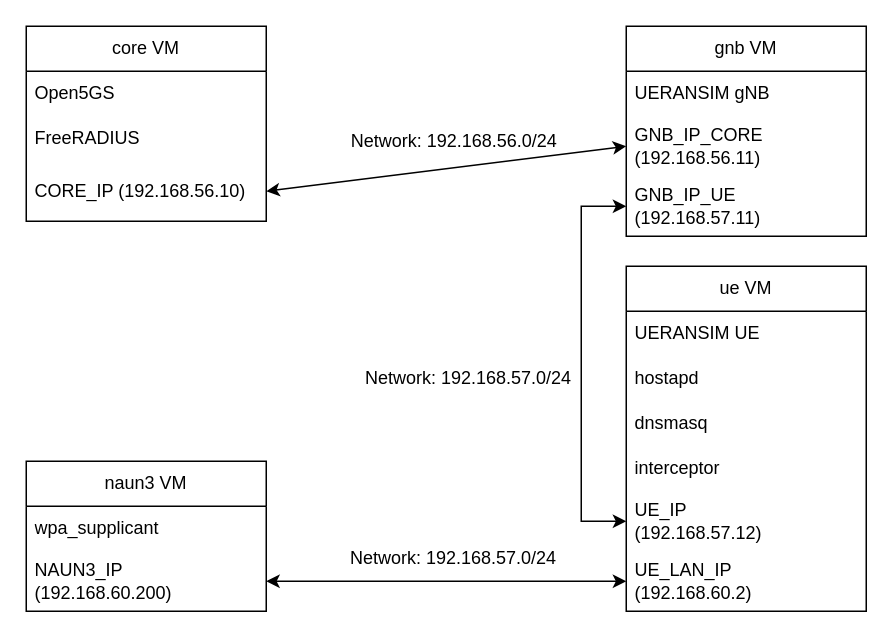
This is page "Vagrant Machine Topology" (5 of 5) of docs/5G Emulated Network/topology.drawio from davidjosearaujo/dissertation, a draw.io file, before an edit. Source tidied: cells renumbered, new cells numbered last; positions are measured from the earlier drawing's top-left corner, leaving out a move shared by most shapes. Both pictures are drawn from the tidied source at 150%, with x=0, y=0 at pixel (26, 26).
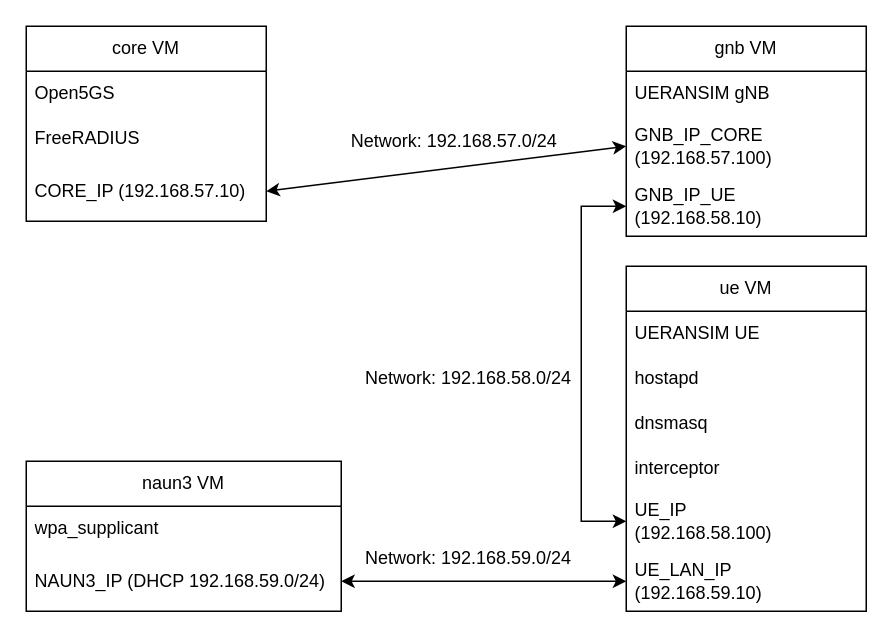
The same diagram, later.

The change refers to these unchanged cells:
```xml
<mxCell id="2" value="core VM" style="swimlane;fontStyle=0;horizontal=1;startSize=30;whiteSpace=wrap;html=1;" parent="1" vertex="1">
  <mxGeometry width="160" height="130" as="geometry" />
</mxCell>
<mxCell id="6" value="gnb VM" style="swimlane;fontStyle=0;horizontal=1;startSize=30;whiteSpace=wrap;html=1;" parent="1" vertex="1">
  <mxGeometry x="400" width="160" height="140" as="geometry" />
</mxCell>
<mxCell id="11" value="ue VM" style="swimlane;fontStyle=0;horizontal=1;startSize=30;whiteSpace=wrap;html=1;" parent="1" vertex="1">
  <mxGeometry x="400" y="160" width="160" height="230" as="geometry" />
</mxCell>
```

The edit, as a diff of the source:
```diff
@@
-    <mxCell id="5" value="CORE_IP (192.168.56.10)" style="text;strokeColor=none;fillColor=none;align=left;verticalAlign=middle;spacingLeft=4;spacingRight=4;overflow=hidden;points=[[0,0.5],[1,0.5]];portConstraint=eastwest;whiteSpace=wrap;html=1;" parent="2" vertex="1">
+    <mxCell id="5" value="CORE_IP (192.168.57.10)" style="text;strokeColor=none;fillColor=none;align=left;verticalAlign=middle;spacingLeft=4;spacingRight=4;overflow=hidden;points=[[0,0.5],[1,0.5]];portConstraint=eastwest;whiteSpace=wrap;html=1;" parent="2" vertex="1">
       <mxGeometry y="90" width="160" height="40" as="geometry" />
     </mxCell>
@@
-    <mxCell id="8" value="GNB_IP_CORE&lt;div&gt;(192.168.56.11&lt;span style=&quot;background-color: transparent; color: light-dark(rgb(0, 0, 0), rgb(255, 255, 255));&quot;&gt;)&lt;/span&gt;&lt;/div&gt;" style="text;strokeColor=none;fillColor=none;align=left;verticalAlign=middle;spacingLeft=4;spacingRight=4;overflow=hidden;points=[[0,0.5],[1,0.5]];portConstraint=eastwest;whiteSpace=wrap;html=1;" parent="6" vertex="1">
+    <mxCell id="8" value="GNB_IP_CORE&lt;div&gt;(192.168.57.100&lt;span style=&quot;background-color: transparent; color: light-dark(rgb(0, 0, 0), rgb(255, 255, 255));&quot;&gt;)&lt;/span&gt;&lt;/div&gt;" style="text;strokeColor=none;fillColor=none;align=left;verticalAlign=middle;spacingLeft=4;spacingRight=4;overflow=hidden;points=[[0,0.5],[1,0.5]];portConstraint=eastwest;whiteSpace=wrap;html=1;" parent="6" vertex="1">
       <mxGeometry y="60" width="160" height="40" as="geometry" />
     </mxCell>
-    <mxCell id="9" value="GNB_IP_UE&lt;div&gt;(192.168.57.11)&lt;/div&gt;" style="text;strokeColor=none;fillColor=none;align=left;verticalAlign=middle;spacingLeft=4;spacingRight=4;overflow=hidden;points=[[0,0.5],[1,0.5]];portConstraint=eastwest;whiteSpace=wrap;html=1;" parent="6" vertex="1">
+    <mxCell id="9" value="GNB_IP_UE&lt;div&gt;(192.168.58.10)&lt;/div&gt;" style="text;strokeColor=none;fillColor=none;align=left;verticalAlign=middle;spacingLeft=4;spacingRight=4;overflow=hidden;points=[[0,0.5],[1,0.5]];portConstraint=eastwest;whiteSpace=wrap;html=1;" parent="6" vertex="1">
       <mxGeometry y="100" width="160" height="40" as="geometry" />
     </mxCell>
@@
-    <mxCell id="16" value="UE_IP&lt;div&gt;(192.168.57.12)&lt;/div&gt;" style="text;strokeColor=none;fillColor=none;align=left;verticalAlign=middle;spacingLeft=4;spacingRight=4;overflow=hidden;points=[[0,0.5],[1,0.5]];portConstraint=eastwest;whiteSpace=wrap;html=1;" parent="11" vertex="1">
+    <mxCell id="16" value="UE_IP&lt;div&gt;(192.168.58.100)&lt;/div&gt;" style="text;strokeColor=none;fillColor=none;align=left;verticalAlign=middle;spacingLeft=4;spacingRight=4;overflow=hidden;points=[[0,0.5],[1,0.5]];portConstraint=eastwest;whiteSpace=wrap;html=1;" parent="11" vertex="1">
       <mxGeometry y="150" width="160" height="40" as="geometry" />
     </mxCell>
-    <mxCell id="17" value="UE_LAN_IP&lt;div&gt;(192.168.60.2&lt;span style=&quot;background-color: transparent; color: light-dark(rgb(0, 0, 0), rgb(255, 255, 255));&quot;&gt;)&lt;/span&gt;&lt;/div&gt;" style="text;strokeColor=none;fillColor=none;align=left;verticalAlign=middle;spacingLeft=4;spacingRight=4;overflow=hidden;points=[[0,0.5],[1,0.5]];portConstraint=eastwest;whiteSpace=wrap;html=1;" parent="11" vertex="1">
+    <mxCell id="17" value="UE_LAN_IP&lt;div&gt;(192.168.59.10&lt;span style=&quot;background-color: transparent; color: light-dark(rgb(0, 0, 0), rgb(255, 255, 255));&quot;&gt;)&lt;/span&gt;&lt;/div&gt;" style="text;strokeColor=none;fillColor=none;align=left;verticalAlign=middle;spacingLeft=4;spacingRight=4;overflow=hidden;points=[[0,0.5],[1,0.5]];portConstraint=eastwest;whiteSpace=wrap;html=1;" parent="11" vertex="1">
       <mxGeometry y="190" width="160" height="40" as="geometry" />
     </mxCell>
@@
     <mxCell id="19" value="naun3 VM" style="swimlane;fontStyle=0;horizontal=1;startSize=30;whiteSpace=wrap;html=1;" parent="1" vertex="1">
-      <mxGeometry y="290" width="160" height="100" as="geometry" />
+      <mxGeometry y="290" width="210" height="100" as="geometry" />
     </mxCell>
     <mxCell id="20" value="wpa_supplicant" style="text;strokeColor=none;fillColor=none;align=left;verticalAlign=middle;spacingLeft=4;spacingRight=4;overflow=hidden;whiteSpace=wrap;html=1;" parent="19" vertex="1">
-      <mxGeometry y="30" width="160" height="30" as="geometry" />
+      <mxGeometry y="30" width="210" height="30" as="geometry" />
     </mxCell>
-    <mxCell id="21" value="NAUN3_IP (192.168.60.200)" style="text;strokeColor=none;fillColor=none;align=left;verticalAlign=middle;spacingLeft=4;spacingRight=4;overflow=hidden;points=[[0,0.5],[1,0.5]];portConstraint=eastwest;whiteSpace=wrap;html=1;" parent="19" vertex="1">
-      <mxGeometry y="60" width="160" height="40" as="geometry" />
+    <mxCell id="21" value="NAUN3_IP (DHCP 192.168.59.0/24)" style="text;strokeColor=none;fillColor=none;align=left;verticalAlign=middle;spacingLeft=4;spacingRight=4;overflow=hidden;points=[[0,0.5],[1,0.5]];portConstraint=eastwest;whiteSpace=wrap;html=1;" parent="19" vertex="1">
+      <mxGeometry y="60" width="210" height="40" as="geometry" />
     </mxCell>
@@
-    <mxCell id="23" value="Network: 192.168.56.0/24" style="text;html=1;align=center;verticalAlign=middle;whiteSpace=wrap;rounded=0;" parent="1" vertex="1">
+    <mxCell id="23" value="Network: 192.168.57.0/24" style="text;html=1;align=center;verticalAlign=middle;whiteSpace=wrap;rounded=0;" parent="1" vertex="1">
       <mxGeometry x="212.5" y="62" width="145" height="30" as="geometry" />
     </mxCell>
-    <mxCell id="24" value="Network: 192.168.57.0/24" style="text;html=1;align=center;verticalAlign=middle;whiteSpace=wrap;rounded=0;" parent="1" vertex="1">
+    <mxCell id="24" value="Network: 192.168.58.0/24" style="text;html=1;align=center;verticalAlign=middle;whiteSpace=wrap;rounded=0;" parent="1" vertex="1">
       <mxGeometry x="220" y="220" width="150" height="30" as="geometry" />
     </mxCell>
-    <mxCell id="25" value="Network: 192.168.57.0/24" style="text;html=1;align=center;verticalAlign=middle;whiteSpace=wrap;rounded=0;" parent="1" vertex="1">
-      <mxGeometry x="210" y="340" width="150" height="30" as="geometry" />
+    <mxCell id="25" value="Network: 192.168.59.0/24" style="text;html=1;align=center;verticalAlign=middle;whiteSpace=wrap;rounded=0;" parent="1" vertex="1">
+      <mxGeometry x="220" y="340" width="150" height="30" as="geometry" />
     </mxCell>
```
